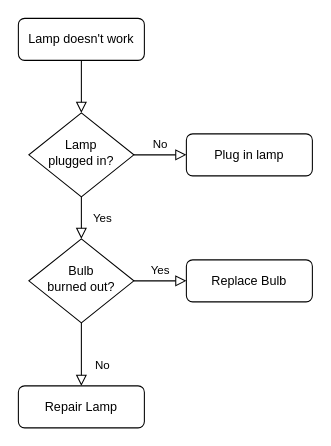
Above: Personalsök.drawio in DanielMyvall/drawio (draw.io), before the change. Source tidied: cells renumbered, new cells numbered last; positions are measured from the earlier drawing's top-left corner, leaving out a move shared by most shapes. Both pictures are drawn from the tidied source at 105%, with x=0, y=0 at pixel (18, 18).
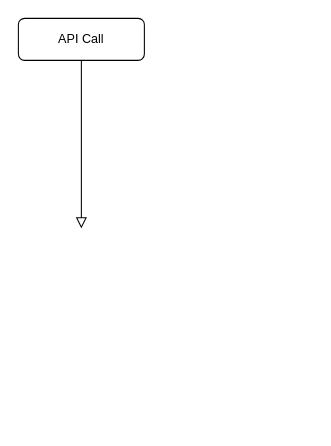
Above is the later version.

Diff of the diagram source:
```diff
@@
 <mxGraphModel>
   <root>
     <mxCell id="0" />
     <mxCell id="1" parent="0" />
-    <mxCell id="2" style="rounded=0;html=1;jettySize=auto;fontSize=11;endArrow=block;endFill=0;endSize=8;strokeWidth=1;shadow=0;labelBackgroundColor=none;edgeStyle=orthogonalEdgeStyle;" parent="1" edge="1" source="3" target="6">
-      <mxGeometry relative="1" as="geometry" />
+    <mxCell id="2" style="rounded=0;html=1;jettySize=auto;fontSize=11;endArrow=block;endFill=0;endSize=8;strokeWidth=1;shadow=0;labelBackgroundColor=none;edgeStyle=orthogonalEdgeStyle;" parent="1" edge="1" source="3">
+      <mxGeometry relative="1" as="geometry">
+        <mxPoint x="60" y="200" as="targetPoint" />
+      </mxGeometry>
     </mxCell>
-    <mxCell id="3" value="Lamp doesn't work" style="rounded=1;whiteSpace=wrap;html=1;fontSize=12;glass=0;strokeWidth=1;shadow=0;" parent="1" vertex="1">
+    <mxCell id="3" value="API Call" style="rounded=1;whiteSpace=wrap;html=1;fontSize=12;glass=0;strokeWidth=1;shadow=0;" parent="1" vertex="1">
       <mxGeometry width="120" height="40" as="geometry" />
     </mxCell>
-    <mxCell id="4" value="Yes" style="rounded=0;html=1;jettySize=auto;fontSize=11;endArrow=block;endFill=0;endSize=8;strokeWidth=1;shadow=0;labelBackgroundColor=none;edgeStyle=orthogonalEdgeStyle;" parent="1" edge="1" source="6" target="10">
-      <mxGeometry y="20" relative="1" as="geometry" />
-    </mxCell>
-    <mxCell id="5" value="No" style="edgeStyle=orthogonalEdgeStyle;rounded=0;html=1;jettySize=auto;fontSize=11;endArrow=block;endFill=0;endSize=8;strokeWidth=1;shadow=0;labelBackgroundColor=none;" parent="1" edge="1" source="6" target="7">
-      <mxGeometry y="10" relative="1" as="geometry" />
-    </mxCell>
-    <mxCell id="6" value="Lamp&lt;br&gt;plugged in?" style="rhombus;whiteSpace=wrap;html=1;shadow=0;fontFamily=Helvetica;fontSize=12;align=center;strokeWidth=1;spacing=6;spacingTop=-4;" parent="1" vertex="1">
-      <mxGeometry x="10" y="90" width="100" height="80" as="geometry" />
-    </mxCell>
-    <mxCell id="7" value="Plug in lamp" style="rounded=1;whiteSpace=wrap;html=1;fontSize=12;glass=0;strokeWidth=1;shadow=0;" parent="1" vertex="1">
-      <mxGeometry x="160" y="110" width="120" height="40" as="geometry" />
-    </mxCell>
-    <mxCell id="8" value="No" style="rounded=0;html=1;jettySize=auto;fontSize=11;endArrow=block;endFill=0;endSize=8;strokeWidth=1;shadow=0;labelBackgroundColor=none;edgeStyle=orthogonalEdgeStyle;" parent="1" edge="1" source="10" target="11">
-      <mxGeometry x="0.33" y="20" relative="1" as="geometry" />
-    </mxCell>
-    <mxCell id="9" value="Yes" style="edgeStyle=orthogonalEdgeStyle;rounded=0;html=1;jettySize=auto;fontSize=11;endArrow=block;endFill=0;endSize=8;strokeWidth=1;shadow=0;labelBackgroundColor=none;" parent="1" edge="1" source="10" target="12">
-      <mxGeometry y="10" relative="1" as="geometry" />
-    </mxCell>
-    <mxCell id="10" value="Bulb&lt;br&gt;burned out?" style="rhombus;whiteSpace=wrap;html=1;shadow=0;fontFamily=Helvetica;fontSize=12;align=center;strokeWidth=1;spacing=6;spacingTop=-4;" parent="1" vertex="1">
-      <mxGeometry x="10" y="210" width="100" height="80" as="geometry" />
-    </mxCell>
-    <mxCell id="11" value="Repair Lamp" style="rounded=1;whiteSpace=wrap;html=1;fontSize=12;glass=0;strokeWidth=1;shadow=0;" parent="1" vertex="1">
-      <mxGeometry y="350" width="120" height="40" as="geometry" />
-    </mxCell>
-    <mxCell id="12" value="Replace Bulb" style="rounded=1;whiteSpace=wrap;html=1;fontSize=12;glass=0;strokeWidth=1;shadow=0;" parent="1" vertex="1">
-      <mxGeometry x="160" y="230" width="120" height="40" as="geometry" />
-    </mxCell>
   </root>
 </mxGraphModel>
```
